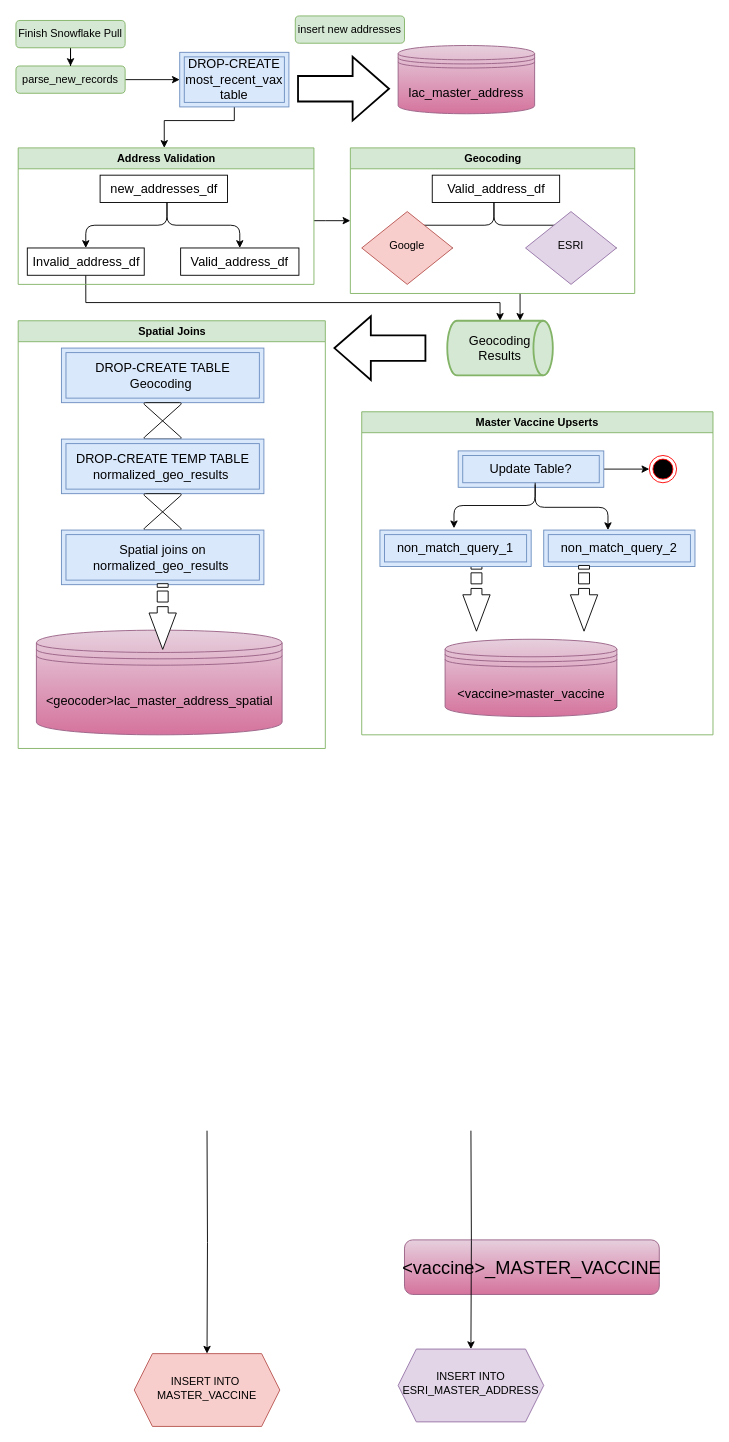
This is conolidated_address_pipeline.drawio from Primordial-Haggis/LA_county_vax_etl_workflow, a draw.io file, before an edit. Source tidied: cells renumbered, new cells numbered last; positions are measured from the earlier drawing's top-left corner, leaving out a move shared by most shapes. Both pictures are drawn from the tidied source at 91%, with x=0, y=0 at pixel (15, 15).
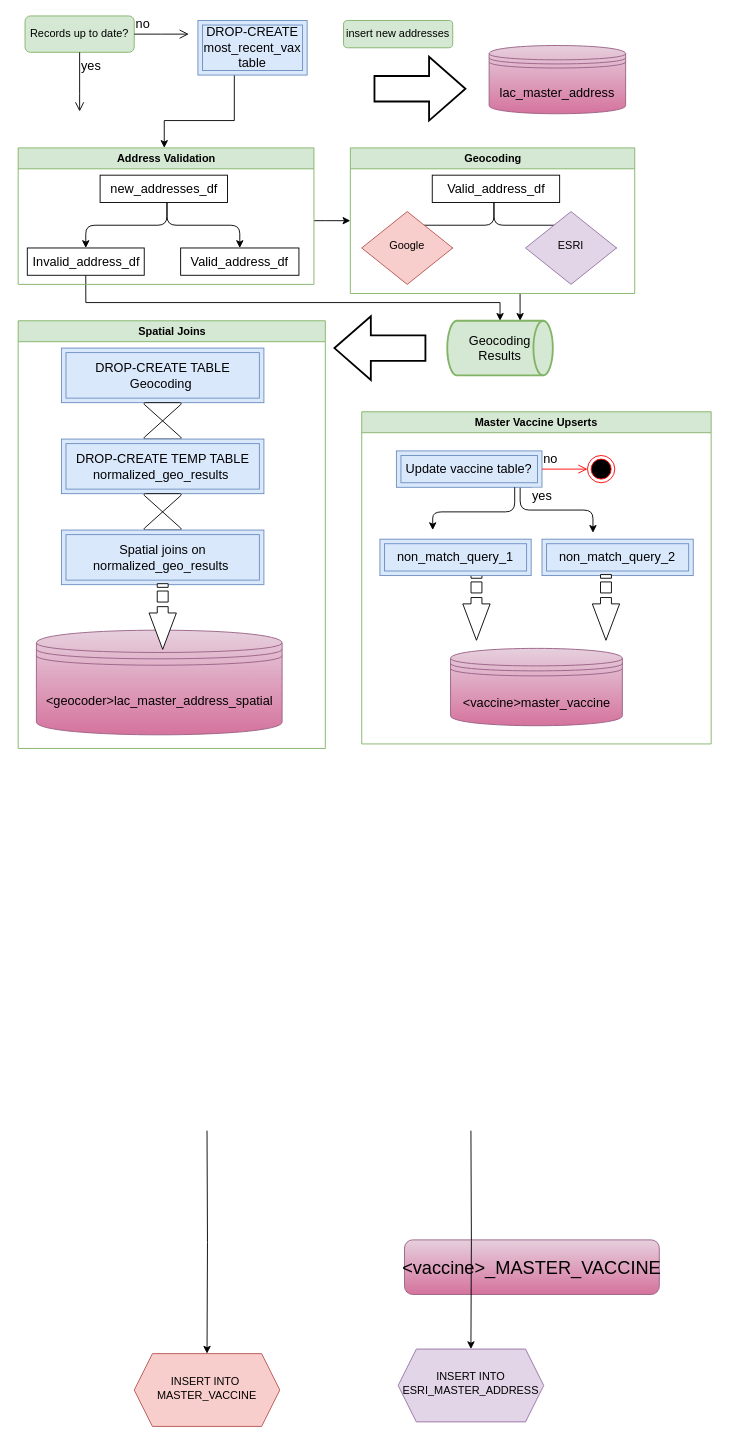
The same page after the edit.

Commit message:
exit statements

What changed in the source:
```diff
@@
-    <mxCell id="7" style="edgeStyle=orthogonalEdgeStyle;rounded=0;jettySize=auto;html=1;fontSize=14;entryX=0;entryY=0.5;entryDx=0;entryDy=0;" parent="1" edge="1" source="8" target="22">
-      <mxGeometry relative="1" as="geometry" />
-    </mxCell>
-    <mxCell id="8" value="parse_new_records" style="rounded=1;whiteSpace=wrap;html=1;fontSize=12;glass=0;strokeWidth=1;shadow=0;fillColor=#d5e8d4;strokeColor=#82b366;" parent="1" vertex="1">
-      <mxGeometry y="55" width="120" height="30" as="geometry" />
-    </mxCell>
     <mxCell id="9" value="insert new addresses" style="rounded=1;whiteSpace=wrap;html=1;fontSize=12;glass=0;strokeWidth=1;shadow=0;fillColor=#d5e8d4;strokeColor=#82b366;" parent="1" vertex="1">
-      <mxGeometry x="307" width="120" height="30" as="geometry" />
+      <mxGeometry x="360" y="5" width="120" height="30" as="geometry" />
     </mxCell>
     <mxCell id="10" value="&lt;font style=&quot;font-size: 14px;&quot;&gt;lac_master_address&lt;/font&gt;" style="shape=datastore;whiteSpace=wrap;html=1;fontSize=18;fontSize=20;fillColor=#e6d0de;gradientColor=#d5739d;strokeColor=#996185;" parent="1" vertex="1">
-      <mxGeometry x="420" y="32.5" width="150" height="75" as="geometry" />
+      <mxGeometry x="520" y="32.5" width="150" height="75" as="geometry" />
     </mxCell>
-    <mxCell id="11" style="edgeStyle=orthogonalEdgeStyle;rounded=0;jettySize=auto;html=1;fontSize=14;" parent="1" edge="1" source="12" target="8">
-      <mxGeometry relative="1" as="geometry" />
-    </mxCell>
-    <mxCell id="12" value="Finish Snowflake Pull" style="rounded=1;whiteSpace=wrap;html=1;fontSize=12;glass=0;strokeWidth=1;shadow=0;fillColor=#d5e8d4;strokeColor=#82b366;" parent="1" vertex="1">
-      <mxGeometry y="5" width="120" height="30" as="geometry" />
-    </mxCell>
@@
     <mxCell id="22" value="DROP-CREATE most_recent_vax table" style="shape=ext;margin=3;double=1;whiteSpace=wrap;html=1;align=center;fontSize=14;fillColor=#dae8fc;strokeColor=#6c8ebf;" parent="1" vertex="1">
-      <mxGeometry x="180" y="40" width="120" height="60" as="geometry" />
+      <mxGeometry x="200" y="5" width="120" height="60" as="geometry" />
     </mxCell>
@@
     <mxCell id="42" style="verticalLabelPosition=bottom;verticalAlign=top;html=1;strokeWidth=2;shape=mxgraph.arrows2.arrow;dy=0.6;dx=40;notch=0;fontSize=14;rotation=0;" parent="1" vertex="1">
-      <mxGeometry x="310" y="45" width="100" height="70" as="geometry" />
+      <mxGeometry x="394" y="45" width="100" height="70" as="geometry" />
     </mxCell>
     <mxCell id="43" value="Master Vaccine Upserts" style="horizontal=1;whiteSpace=wrap;html=1;fontSize=12;glass=0;strokeWidth=1;shadow=0;fillColor=#d5e8d4;strokeColor=#82b366;swimlane;" parent="1" vertex="1">
-      <mxGeometry x="380" y="435" width="386" height="355" as="geometry" />
+      <mxGeometry x="380" y="435" width="384" height="365" as="geometry" />
     </mxCell>
     <mxCell id="44" style="html=1;shadow=0;dashed=0;align=center;verticalAlign=middle;shape=mxgraph.arrows2.stripedArrow;dy=0.6;dx=40;notch=25.24;fontSize=14;rotation=90;" parent="43" vertex="1">
-      <mxGeometry x="90" y="190" width="72.2" height="30" as="geometry" />
+      <mxGeometry x="90" y="200" width="72.2" height="30" as="geometry" />
     </mxCell>
     <mxCell id="45" value="&lt;font style=&quot;font-size: 14px;&quot;&gt;&amp;lt;vaccine&amp;gt;master_vaccine&lt;/font&gt;" style="shape=datastore;whiteSpace=wrap;html=1;fontSize=18;fontSize=20;fillColor=#e6d0de;gradientColor=#d5739d;strokeColor=#996185;" parent="43" vertex="1">
-      <mxGeometry x="91.6" y="250" width="188.8" height="85" as="geometry" />
+      <mxGeometry x="97.6" y="260" width="188.8" height="85" as="geometry" />
     </mxCell>
     <mxCell id="46" style="ellipse;html=1;shape=endState;fillColor=#000000;strokeColor=#ff0000;fontSize=14;" parent="43" vertex="1">
-      <mxGeometry x="316" y="48" width="30" height="30" as="geometry" />
+      <mxGeometry x="248.1" y="48" width="30" height="30" as="geometry" />
     </mxCell>
     <mxCell id="47" value="non_match_query_1" style="shape=ext;margin=3;double=1;whiteSpace=wrap;html=1;align=center;fontSize=14;fillColor=#dae8fc;strokeColor=#6c8ebf;" parent="43" vertex="1">
-      <mxGeometry x="20" y="130" width="166.2" height="40" as="geometry" />
+      <mxGeometry x="20" y="140" width="166.2" height="40" as="geometry" />
     </mxCell>
-    <mxCell id="48" style="edgeStyle=orthogonalEdgeStyle;rounded=0;jettySize=auto;html=1;fontSize=14;" parent="43" edge="1" source="49" target="46">
-      <mxGeometry relative="1" as="geometry" />
-    </mxCell>
-    <mxCell id="49" value="Update Table?" style="shape=ext;margin=3;double=1;whiteSpace=wrap;html=1;align=center;fontSize=14;fillColor=#dae8fc;strokeColor=#6c8ebf;" parent="43" vertex="1">
-      <mxGeometry x="106" y="43" width="160" height="40" as="geometry" />
-    </mxCell>
     <mxCell id="50" value="non_match_query_2" style="shape=ext;margin=3;double=1;whiteSpace=wrap;html=1;align=center;fontSize=14;fillColor=#dae8fc;strokeColor=#6c8ebf;" parent="43" vertex="1">
-      <mxGeometry x="200" y="130" width="166.2" height="40" as="geometry" />
+      <mxGeometry x="198.1" y="140" width="166.2" height="40" as="geometry" />
     </mxCell>
-    <mxCell id="51" style="edgeStyle=elbowEdgeStyle;elbow=vertical;html=1;rounded=1;curved=0;sourcePerimeterSpacing=0;targetPerimeterSpacing=0;startSize=6;endSize=6;fontSize=14;" parent="43" edge="1">
-      <mxGeometry relative="1" as="geometry">
-        <mxPoint x="190.6" y="78" as="sourcePoint" />
-        <mxPoint x="101.4" y="128" as="targetPoint" />
-      </mxGeometry>
-    </mxCell>
     <mxCell id="52" style="edgeStyle=elbowEdgeStyle;elbow=vertical;html=1;rounded=1;curved=0;sourcePerimeterSpacing=0;targetPerimeterSpacing=0;startSize=6;endSize=6;fontSize=14;" parent="43" edge="1">
       <mxGeometry relative="1" as="geometry">
-        <mxPoint x="190.6" y="80" as="sourcePoint" />
-        <mxPoint x="270.6" y="130" as="targetPoint" />
+        <mxPoint x="174.1" y="83" as="sourcePoint" />
+        <mxPoint x="254.1" y="133" as="targetPoint" />
       </mxGeometry>
     </mxCell>
     <mxCell id="53" style="html=1;shadow=0;dashed=0;align=center;verticalAlign=middle;shape=mxgraph.arrows2.stripedArrow;dy=0.6;dx=40;notch=25.24;fontSize=14;rotation=90;" parent="43" vertex="1">
-      <mxGeometry x="208.2" y="190" width="72.2" height="30" as="geometry" />
+      <mxGeometry x="232.3" y="200" width="72.2" height="30" as="geometry" />
     </mxCell>
+    <mxCell id="54" value="Update vaccine table?" style="shape=ext;margin=3;double=1;whiteSpace=wrap;html=1;align=center;fontSize=14;fillColor=#dae8fc;strokeColor=#6c8ebf;" parent="43" vertex="1">
+      <mxGeometry x="38.1" y="43" width="160" height="40" as="geometry" />
+    </mxCell>
+    <mxCell id="55" value="no" style="edgeStyle=orthogonalEdgeStyle;html=1;align=left;verticalAlign=bottom;endArrow=open;endSize=8;strokeColor=#ff0000;rounded=0;fontSize=14;entryX=0;entryY=0.5;entryDx=0;entryDy=0;" parent="43" edge="1" source="54" target="46">
+      <mxGeometry x="-1" relative="1" as="geometry" />
+    </mxCell>
+    <mxCell id="56" value="yes" style="edgeStyle=elbowEdgeStyle;elbow=vertical;html=1;rounded=1;curved=0;sourcePerimeterSpacing=0;targetPerimeterSpacing=0;startSize=6;endSize=6;fontSize=14;" parent="43" edge="1" source="54">
+      <mxGeometry x="-0.87" y="30" relative="1" as="geometry">
+        <mxPoint x="78" y="130" as="targetPoint" />
+        <Array as="points">
+          <mxPoint x="168.1" y="110" />
+          <mxPoint x="128.1" y="120" />
+          <mxPoint x="118.1" y="130" />
+        </Array>
+      </mxGeometry>
+    </mxCell>
+    <mxCell id="57" value="Records up to date?" style="rounded=1;whiteSpace=wrap;html=1;fontSize=12;glass=0;strokeWidth=1;shadow=0;fillColor=#d5e8d4;strokeColor=#82b366;" parent="1" vertex="1">
+      <mxGeometry x="10" width="120" height="40" as="geometry" />
+    </mxCell>
+    <mxCell id="58" value="no" style="edgeStyle=orthogonalEdgeStyle;html=1;align=left;verticalAlign=bottom;endArrow=open;endSize=8;rounded=0;fontSize=14;" parent="1" edge="1" source="57">
+      <mxGeometry x="-1" relative="1" as="geometry">
+        <mxPoint x="190" y="20" as="targetPoint" />
+      </mxGeometry>
+    </mxCell>
+    <mxCell id="59" value="yes" style="edgeStyle=orthogonalEdgeStyle;html=1;align=left;verticalAlign=top;endArrow=open;endSize=8;rounded=0;fontSize=14;" parent="1" edge="1" source="57">
+      <mxGeometry x="-1" relative="1" as="geometry">
+        <mxPoint x="70" y="105" as="targetPoint" />
+        <Array as="points">
+          <mxPoint x="70" y="85" />
+          <mxPoint x="70" y="85" />
+        </Array>
+      </mxGeometry>
+    </mxCell>
```
